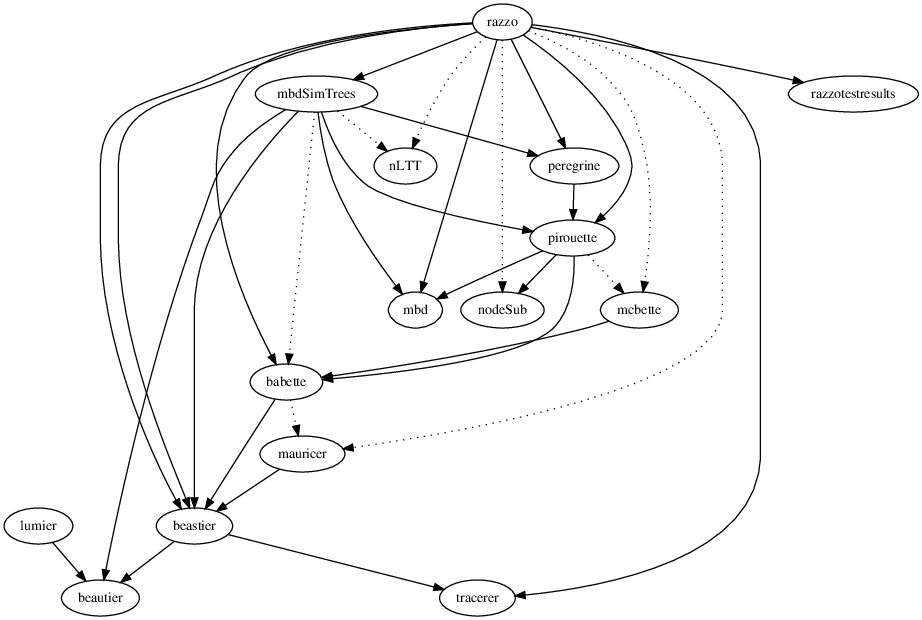
richelbilderbeek/razzo keeps this Graphviz diagram as doc/dependencies.png. Above is the earlier version. Its source is kept beside it as doc/dependencies.dot.
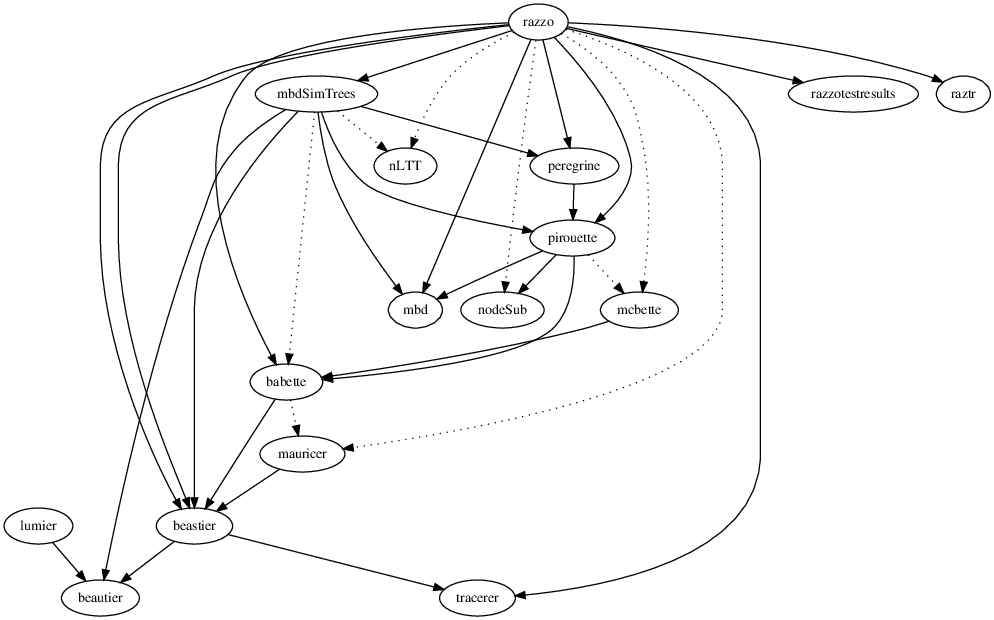
After the commit.

Commit message:
Depend on 'richelbilderbeek/raztr'

What changed in the source:
```diff
@@ -21,6 +21,7 @@
   razzo -> mbdSimTrees;
   razzo -> babette;
   razzo -> tracerer;
+  razzo -> raztr;
   razzo -> mauricer [style=dotted];
   razzo -> mcbette [style=dotted];
   razzo -> nLTT [style=dotted];
```
